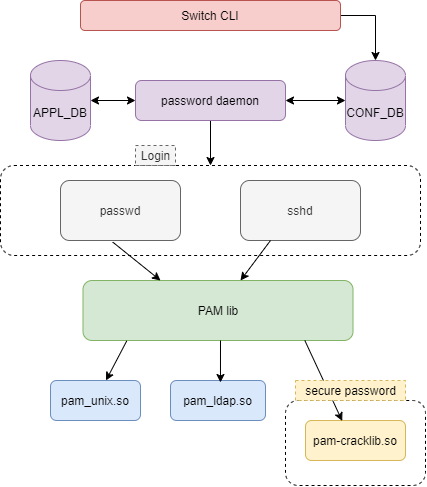
Above: doc/passw_hardening/passh_arc_sonic.drawio.png in sonic-net/SONiC (draw.io), before the change. Source tidied: cells renumbered, new cells last; positions are measured from the earlier drawing's top-left corner, leaving out a move shared by most shapes.
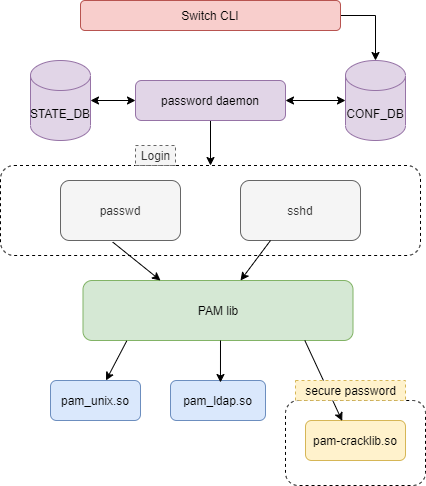
Later version of the same file.

Change to the diagram source:
```diff
@@ -71,7 +71,7 @@
     <mxCell id="22" style="endArrow=classic;startArrow=classic;html=1;exitX=1;exitY=0.5;exitDx=0;exitDy=0;entryX=0;entryY=0.5;entryDx=0;entryDy=0;entryPerimeter=0;" parent="1" edge="1" source="20" target="21">
       <mxGeometry relative="1" as="geometry" />
     </mxCell>
-    <mxCell id="23" value="APPL_DB" style="shape=cylinder3;whiteSpace=wrap;html=1;boundedLbl=1;backgroundOutline=1;size=15;fillColor=#e1d5e7;strokeColor=#9673a6;" parent="1" vertex="1">
+    <mxCell id="23" value="STATE_DB" style="shape=cylinder3;whiteSpace=wrap;html=1;boundedLbl=1;backgroundOutline=1;size=15;fillColor=#e1d5e7;strokeColor=#9673a6;" parent="1" vertex="1">
       <mxGeometry x="30" y="60" width="60" height="80" as="geometry" />
     </mxCell>
     <mxCell id="24" style="endArrow=classic;startArrow=classic;html=1;exitX=0;exitY=0.5;exitDx=0;exitDy=0;entryX=1;entryY=0.5;entryDx=0;entryDy=0;entryPerimeter=0;" parent="1" edge="1" source="20" target="23">
```
